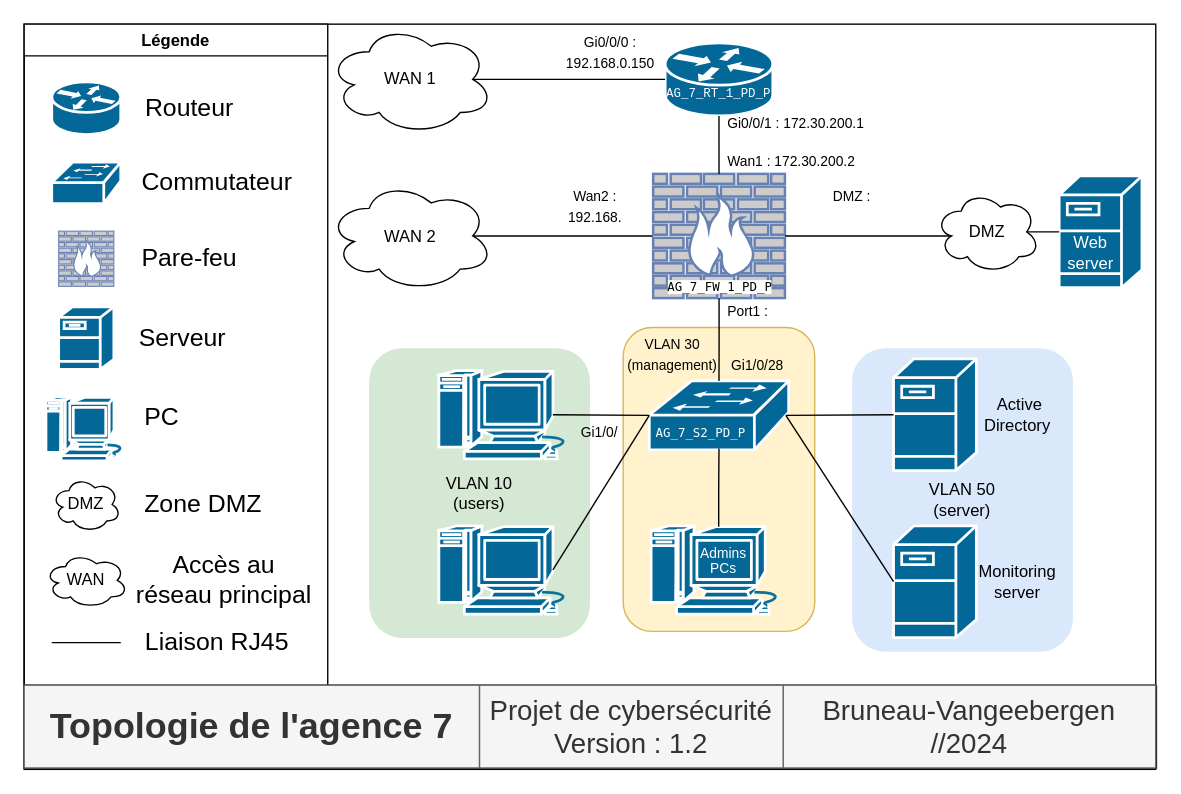
trifoil/school-cyber keeps this draw.io diagram as Topologie_Agence_7.drawio. Above is the earlier version. Source tidied: cells renumbered, new cells numbered last; positions are measured from the earlier drawing's top-left corner, leaving out a move shared by most shapes. Both pictures are drawn from the tidied source at 138%, with x=0, y=0 at pixel (23, 23).
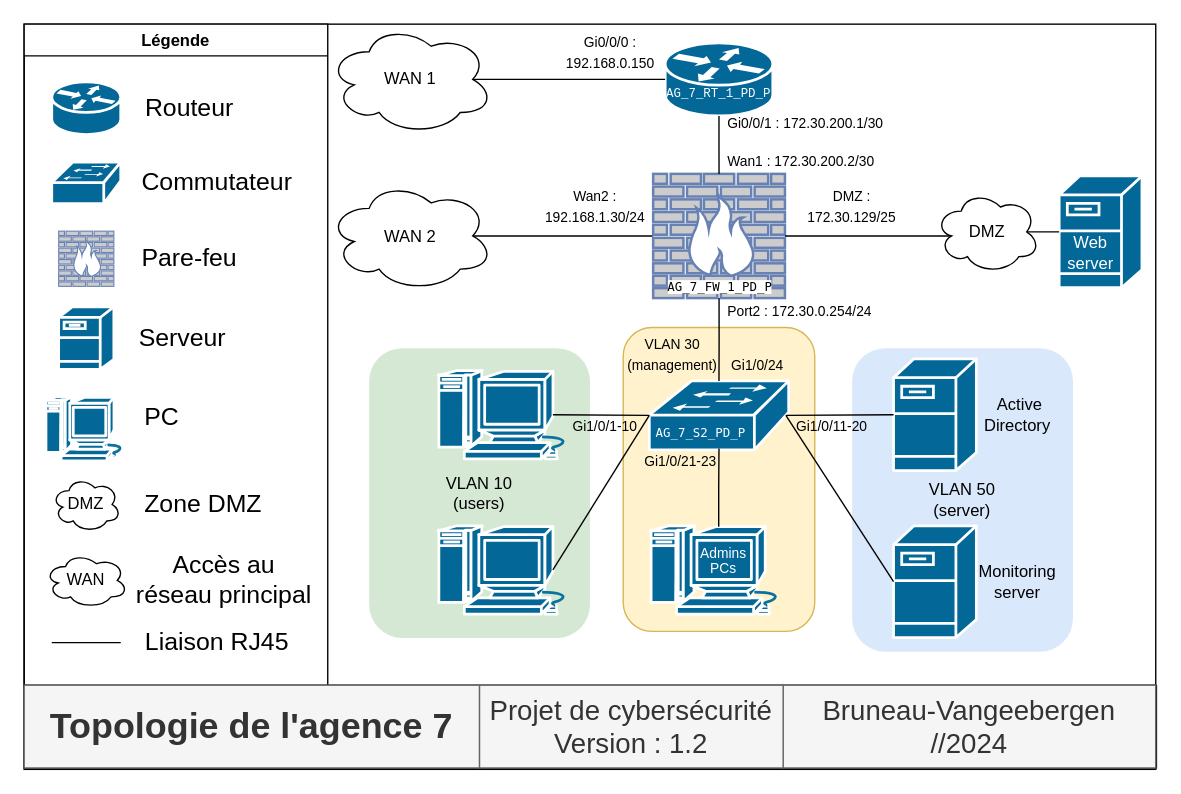
After the change.

The edit, as a diff of the source:
```diff
@@
-    <mxCell id="49" value="&lt;font style=&quot;font-size: 10px;&quot;&gt;Gi0/0/1 : 172.30.200.1&lt;/font&gt;" style="text;html=1;align=left;verticalAlign=middle;whiteSpace=wrap;rounded=0;" parent="1" vertex="1">
-      <mxGeometry x="507.5" y="65.5" width="107.5" height="13.5" as="geometry" />
+    <mxCell id="49" value="&lt;font style=&quot;font-size: 10px;&quot;&gt;Gi0/0/1 : 172.30.200.1/30&lt;/font&gt;" style="text;html=1;align=left;verticalAlign=middle;whiteSpace=wrap;rounded=0;" parent="1" vertex="1">
+      <mxGeometry x="507.5" y="65.5" width="147.5" height="13.5" as="geometry" />
     </mxCell>
@@
-    <mxCell id="54" value="&lt;font style=&quot;font-size: 10px;&quot;&gt;Wan1 : 172.30.200.2&lt;/font&gt;" style="text;html=1;align=left;verticalAlign=middle;whiteSpace=wrap;rounded=0;" parent="1" vertex="1">
-      <mxGeometry x="507.5" y="92" width="107.5" height="13.5" as="geometry" />
+    <mxCell id="54" value="&lt;font style=&quot;font-size: 10px;&quot;&gt;Wan1 : 172.30.200.2/30&lt;/font&gt;" style="text;html=1;align=left;verticalAlign=middle;whiteSpace=wrap;rounded=0;" parent="1" vertex="1">
+      <mxGeometry x="507.5" y="92" width="137.5" height="13.5" as="geometry" />
     </mxCell>
-    <mxCell id="55" value="&lt;font style=&quot;font-size: 10px;&quot;&gt;DMZ :&lt;/font&gt;&lt;div&gt;&lt;font style=&quot;font-size: 10px;&quot;&gt;&lt;br&gt;&lt;/font&gt;&lt;/div&gt;" style="text;html=1;align=center;verticalAlign=middle;whiteSpace=wrap;rounded=0;" parent="1" vertex="1">
+    <mxCell id="55" value="&lt;font style=&quot;font-size: 10px;&quot;&gt;DMZ :&lt;/font&gt;&lt;div&gt;&lt;font style=&quot;font-size: 10px;&quot;&gt;172.30.129/25&lt;/font&gt;&lt;/div&gt;" style="text;html=1;align=center;verticalAlign=middle;whiteSpace=wrap;rounded=0;" parent="1" vertex="1">
       <mxGeometry x="585" y="125.5" width="30" height="13.5" as="geometry" />
     </mxCell>
-    <mxCell id="56" value="&lt;font style=&quot;font-size: 10px;&quot;&gt;Port1 :&amp;nbsp;&lt;/font&gt;" style="text;html=1;align=left;verticalAlign=middle;whiteSpace=wrap;rounded=0;" parent="1" vertex="1">
+    <mxCell id="56" value="&lt;font style=&quot;font-size: 10px;&quot;&gt;Port2 : 172.30.0.254/24&lt;/font&gt;" style="text;html=1;align=left;verticalAlign=middle;whiteSpace=wrap;rounded=0;" parent="1" vertex="1">
       <mxGeometry x="507.5" y="201.5" width="147.5" height="13.5" as="geometry" />
     </mxCell>
@@
-    <mxCell id="59" value="&lt;span style=&quot;font-size: 10px;&quot;&gt;&amp;nbsp;Gi1/0/28&lt;/span&gt;" style="text;html=1;align=left;verticalAlign=middle;whiteSpace=wrap;rounded=0;" parent="1" vertex="1">
+    <mxCell id="59" value="&lt;span style=&quot;font-size: 10px;&quot;&gt;&amp;nbsp;Gi1/0/24&lt;/span&gt;" style="text;html=1;align=left;verticalAlign=middle;whiteSpace=wrap;rounded=0;" parent="1" vertex="1">
       <mxGeometry x="507.5" y="240.2" width="147.5" height="13.5" as="geometry" />
     </mxCell>
-    <mxCell id="60" value="&lt;span style=&quot;font-size: 10px;&quot;&gt;&amp;nbsp;Gi1/0/&lt;/span&gt;" style="text;html=1;align=left;verticalAlign=middle;whiteSpace=wrap;rounded=0;" parent="1" vertex="1">
-      <mxGeometry x="399" y="288.8" width="46" height="13.5" as="geometry" />
+    <mxCell id="60" value="&lt;span style=&quot;font-size: 10px;&quot;&gt;&amp;nbsp;Gi1/0/1-10&lt;/span&gt;" style="text;html=1;align=left;verticalAlign=middle;whiteSpace=wrap;rounded=0;" parent="1" vertex="1">
+      <mxGeometry x="393" y="284.5" width="60" height="13.5" as="geometry" />
     </mxCell>
@@
-    <mxCell id="65" value="&lt;div&gt;&lt;font style=&quot;font-size: 10px;&quot;&gt;Wan2 :&lt;/font&gt;&lt;/div&gt;&lt;div&gt;&lt;font style=&quot;font-size: 10px;&quot;&gt;192.168.&lt;/font&gt;&lt;/div&gt;" style="text;html=1;align=center;verticalAlign=middle;whiteSpace=wrap;rounded=0;" parent="1" vertex="1">
+    <mxCell id="65" value="&lt;div&gt;&lt;font style=&quot;font-size: 10px;&quot;&gt;Wan2 :&lt;/font&gt;&lt;/div&gt;&lt;div&gt;&lt;font style=&quot;font-size: 10px;&quot;&gt;192.168.1.30/24&lt;/font&gt;&lt;/div&gt;" style="text;html=1;align=center;verticalAlign=middle;whiteSpace=wrap;rounded=0;" parent="1" vertex="1">
       <mxGeometry x="394.1" y="125.5" width="40" height="13.5" as="geometry" />
     </mxCell>
+    <mxCell id="66" value="&lt;span style=&quot;font-size: 10px;&quot;&gt;&amp;nbsp;Gi1/0/11-20&lt;/span&gt;" style="text;html=1;align=left;verticalAlign=middle;whiteSpace=wrap;rounded=0;" parent="1" vertex="1">
+      <mxGeometry x="555" y="284.5" width="60" height="13.5" as="geometry" />
+    </mxCell>
+    <mxCell id="67" value="&lt;span style=&quot;font-size: 10px;&quot;&gt;&amp;nbsp;Gi1/0/21-23&lt;/span&gt;" style="text;html=1;align=left;verticalAlign=middle;whiteSpace=wrap;rounded=0;" parent="1" vertex="1">
+      <mxGeometry x="445" y="310" width="60" height="13.5" as="geometry" />
+    </mxCell>
```
